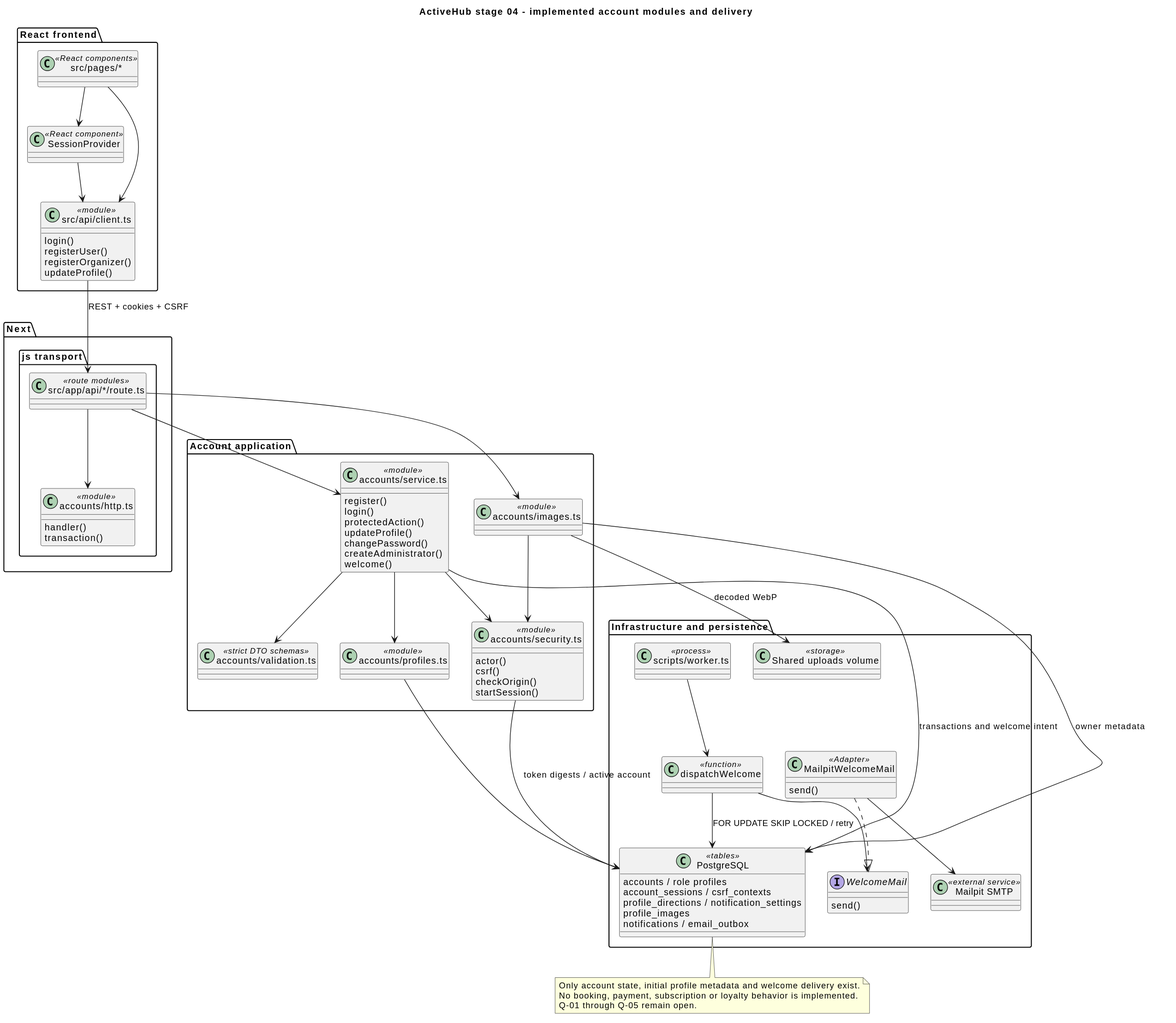
Above: docs/diagrams/accounts-current.svg in Vitaliiir16/activehub-backend (PlantUML), before the change. Its source is kept beside it as docs/diagrams/accounts-current.puml.
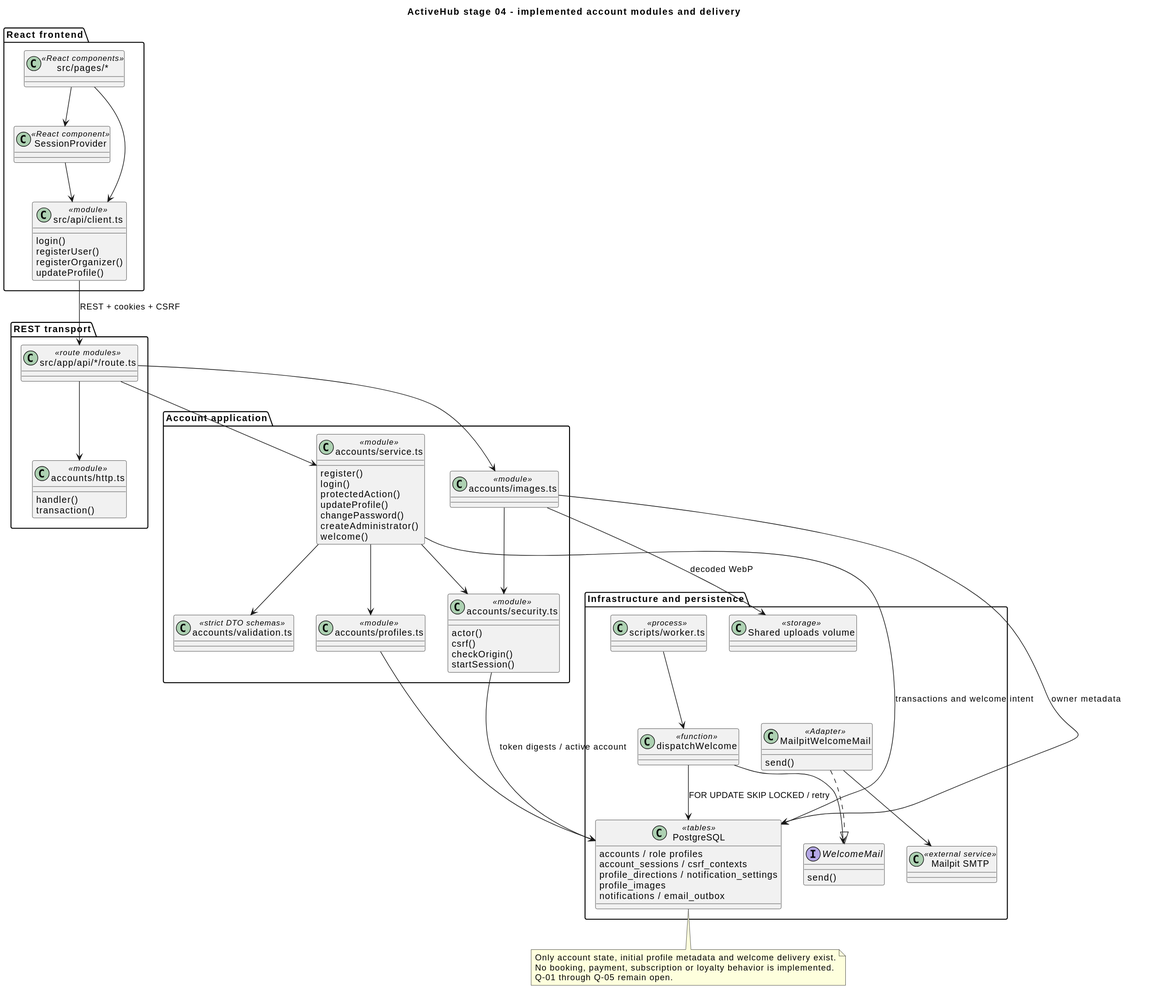
Above is the later version.

Commit message:
docs(models): clarify the implemented transport layer label

What changed in the source:
```diff
@@ -11,7 +11,7 @@
   updateProfile()
  }
 }
-package "Next.js transport" {
+package "REST transport" {
  class "src/app/api/*/route.ts" as Routes <<route modules>>
  class "accounts/http.ts" as Http <<module>> {
   handler()
```
